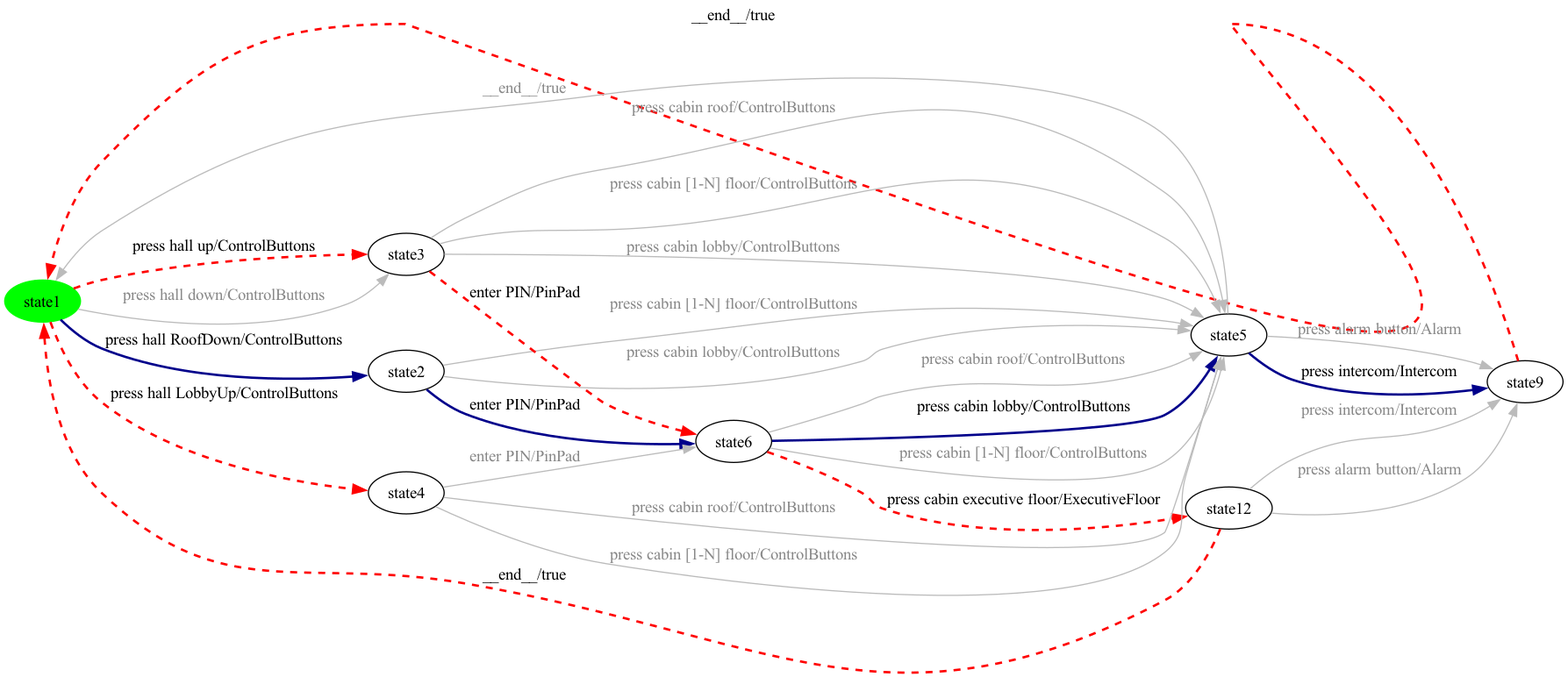
The Graphviz diagram milestone-reports/per-product-all-states/Elevator/Elevator-product22-walk.png in dilekozturk93/vibes, before a commit. Its source is kept beside it as milestone-reports/per-product-all-states/Elevator/Elevator-product22-walk.dot. Its diagram source:
```dot
digraph G {
rankdir=LR;
state0[ label = "state1", style=filled, color=green ];
state1 [ label = "state9" ];
state2 [ label = "state6" ];
state3 [ label = "state5" ];
state4 [ label = "state12" ];
state5 [ label = "state2" ];
state6 [ label = "state4" ];
state7 [ label = "state3" ];
state0 -> state5 [ label=" press hall RoofDown/ControlButtons ", style=bold, color=darkblue, penwidth=2 ];
state4 -> state1 [ label=" press alarm button/Alarm ", color="#bbbbbb", fontcolor="#888888" ];
state3 -> state1 [ label=" press intercom/Intercom ", style=bold, color=darkblue, penwidth=2 ];
state6 -> state3 [ label=" press cabin roof/ControlButtons ", color="#bbbbbb", fontcolor="#888888" ];
state3 -> state1 [ label=" press alarm button/Alarm ", color="#bbbbbb", fontcolor="#888888" ];
state6 -> state3 [ label=" press cabin [1-N] floor/ControlButtons ", color="#bbbbbb", fontcolor="#888888" ];
state5 -> state2 [ label=" enter PIN/PinPad ", style=bold, color=darkblue, penwidth=2 ];
state5 -> state3 [ label=" press cabin lobby/ControlButtons ", color="#bbbbbb", fontcolor="#888888" ];
state7 -> state3 [ label=" press cabin [1-N] floor/ControlButtons ", color="#bbbbbb", fontcolor="#888888" ];
state2 -> state3 [ label=" press cabin lobby/ControlButtons ", style=bold, color=darkblue, penwidth=2 ];
state2 -> state3 [ label=" press cabin [1-N] floor/ControlButtons ", color="#bbbbbb", fontcolor="#888888" ];
state2 -> state4 [ label=" press cabin executive floor/ExecutiveFloor ", style=dashed, color=red, penwidth=2 ];
state1 -> state0 [ label=" __end__/true ", style=dashed, color=red, penwidth=2 ];
state7 -> state2 [ label=" enter PIN/PinPad ", style=dashed, color=red, penwidth=2 ];
state0 -> state7 [ label=" press hall up/ControlButtons ", style=dashed, color=red, penwidth=2 ];
state5 -> state3 [ label=" press cabin [1-N] floor/ControlButtons ", color="#bbbbbb", fontcolor="#888888" ];
state2 -> state3 [ label=" press cabin roof/ControlButtons ", color="#bbbbbb", fontcolor="#888888" ];
state7 -> state3 [ label=" press cabin lobby/ControlButtons ", color="#bbbbbb", fontcolor="#888888" ];
state4 -> state1 [ label=" press intercom/Intercom ", color="#bbbbbb", fontcolor="#888888" ];
state6 -> state2 [ label=" enter PIN/PinPad ", color="#bbbbbb", fontcolor="#888888" ];
state4 -> state0 [ label=" __end__/true ", style=dashed, color=red, penwidth=2 ];
state7 -> state3 [ label=" press cabin roof/ControlButtons ", color="#bbbbbb", fontcolor="#888888" ];
state0 -> state7 [ label=" press hall down/ControlButtons ", color="#bbbbbb", fontcolor="#888888" ];
state0 -> state6 [ label=" press hall LobbyUp/ControlButtons ", style=dashed, color=red, penwidth=2 ];
state3 -> state0 [ label=" __end__/true ", color="#bbbbbb", fontcolor="#888888" ];
}
```
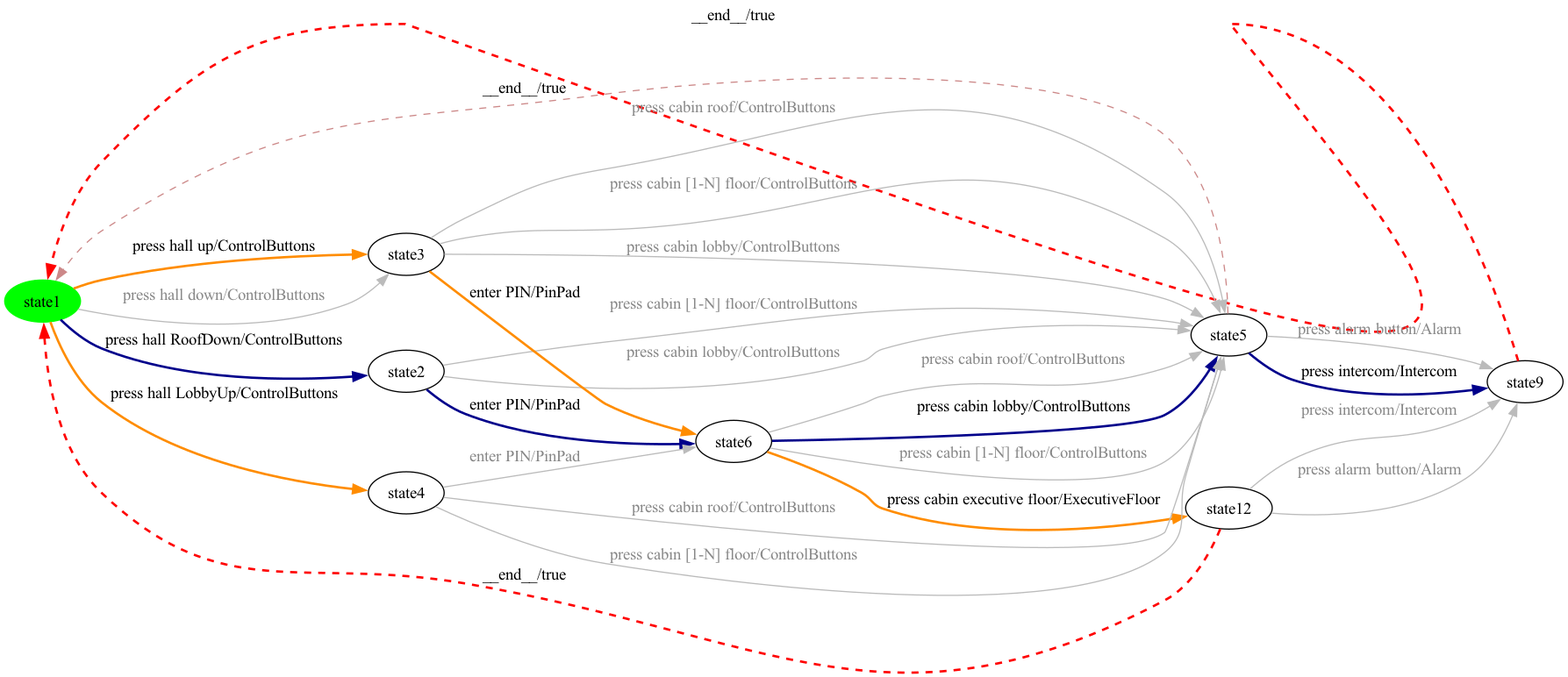
Later version of the same file.

Diff of the diagram source:
```diff
@@ -19,10 +19,10 @@
 state7 -> state3 [ label=" press cabin [1-N] floor/ControlButtons ", color="#bbbbbb", fontcolor="#888888" ];
 state2 -> state3 [ label=" press cabin lobby/ControlButtons ", style=bold, color=darkblue, penwidth=2 ];
 state2 -> state3 [ label=" press cabin [1-N] floor/ControlButtons ", color="#bbbbbb", fontcolor="#888888" ];
-state2 -> state4 [ label=" press cabin executive floor/ExecutiveFloor ", style=dashed, color=red, penwidth=2 ];
+state2 -> state4 [ label=" press cabin executive floor/ExecutiveFloor ", style=bold, color=darkorange, penwidth=2 ];
 state1 -> state0 [ label=" __end__/true ", style=dashed, color=red, penwidth=2 ];
-state7 -> state2 [ label=" enter PIN/PinPad ", style=dashed, color=red, penwidth=2 ];
-state0 -> state7 [ label=" press hall up/ControlButtons ", style=dashed, color=red, penwidth=2 ];
+state7 -> state2 [ label=" enter PIN/PinPad ", style=bold, color=darkorange, penwidth=2 ];
+state0 -> state7 [ label=" press hall up/ControlButtons ", style=bold, color=darkorange, penwidth=2 ];
 state5 -> state3 [ label=" press cabin [1-N] floor/ControlButtons ", color="#bbbbbb", fontcolor="#888888" ];
 state2 -> state3 [ label=" press cabin roof/ControlButtons ", color="#bbbbbb", fontcolor="#888888" ];
 state7 -> state3 [ label=" press cabin lobby/ControlButtons ", color="#bbbbbb", fontcolor="#888888" ];
@@ -31,6 +31,6 @@
 state4 -> state0 [ label=" __end__/true ", style=dashed, color=red, penwidth=2 ];
 state7 -> state3 [ label=" press cabin roof/ControlButtons ", color="#bbbbbb", fontcolor="#888888" ];
 state0 -> state7 [ label=" press hall down/ControlButtons ", color="#bbbbbb", fontcolor="#888888" ];
-state0 -> state6 [ label=" press hall LobbyUp/ControlButtons ", style=dashed, color=red, penwidth=2 ];
-state3 -> state0 [ label=" __end__/true ", color="#bbbbbb", fontcolor="#888888" ];
+state0 -> state6 [ label=" press hall LobbyUp/ControlButtons ", style=bold, color=darkorange, penwidth=2 ];
+state3 -> state0 [ label=" __end__/true ", style=dashed, color="#cc8888" ];
 }
```
